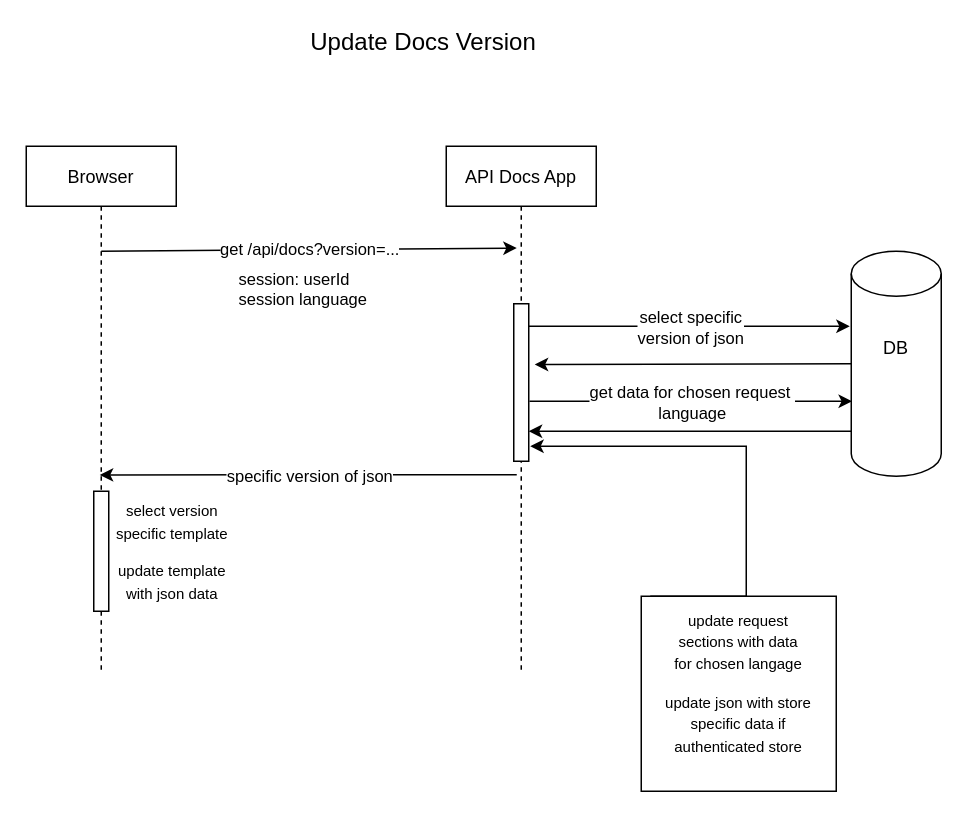
Before: ReChargeApiDocs/Update Docs Version.drawio in alexrsunrise/diagrams, a draw.io diagram. Source tidied: cells renumbered, new cells numbered last; positions are measured from the earlier drawing's top-left corner, leaving out a move shared by most shapes. Both pictures are drawn from the tidied source at 150%, with x=0, y=0 at pixel (26, 26).
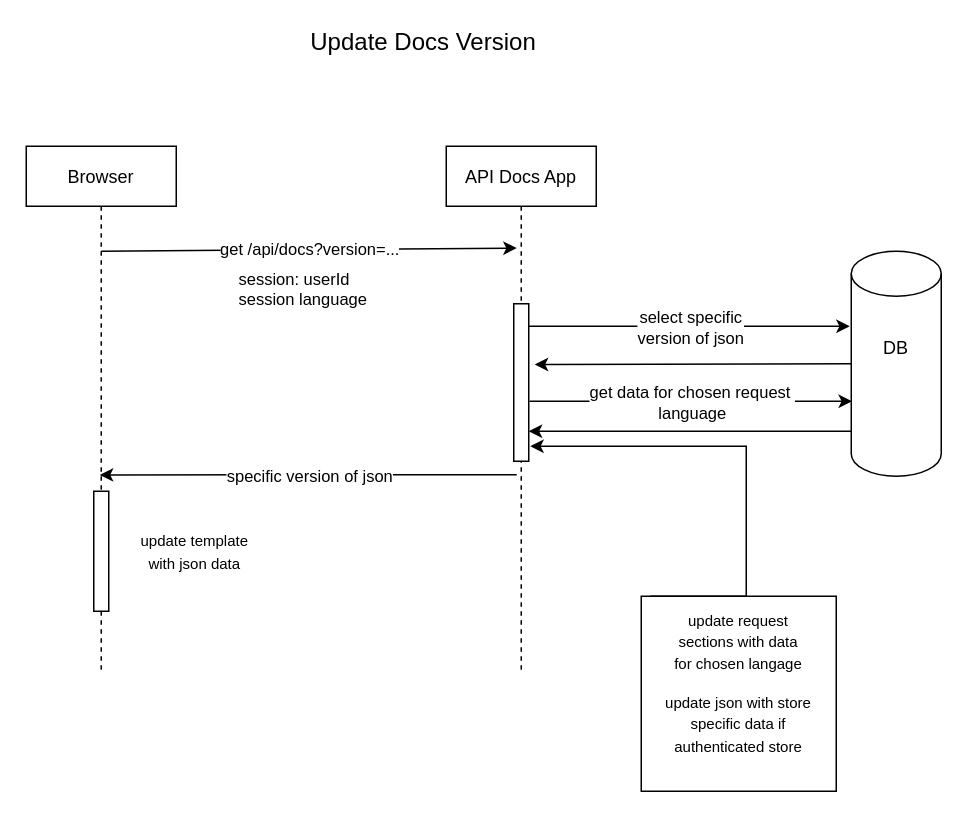
After the change.

Change to the diagram source:
```diff
@@
     <mxCell id="14" value="&lt;font style=&quot;font-size: 10px&quot;&gt;update template with json data&lt;/font&gt;" style="text;html=1;strokeColor=none;fillColor=none;align=center;verticalAlign=middle;whiteSpace=wrap;rounded=0;" parent="1" vertex="1">
-      <mxGeometry x="55" y="360" width="85" height="20" as="geometry" />
+      <mxGeometry x="70" y="340" width="85" height="20" as="geometry" />
     </mxCell>
-    <mxCell id="15" value="&lt;font style=&quot;font-size: 10px&quot;&gt;select version&lt;br&gt;specific template&lt;br&gt;&lt;/font&gt;" style="text;html=1;strokeColor=none;fillColor=none;align=center;verticalAlign=middle;whiteSpace=wrap;rounded=0;" parent="1" vertex="1">
-      <mxGeometry x="55" y="320" width="85" height="20" as="geometry" />
-    </mxCell>
```
